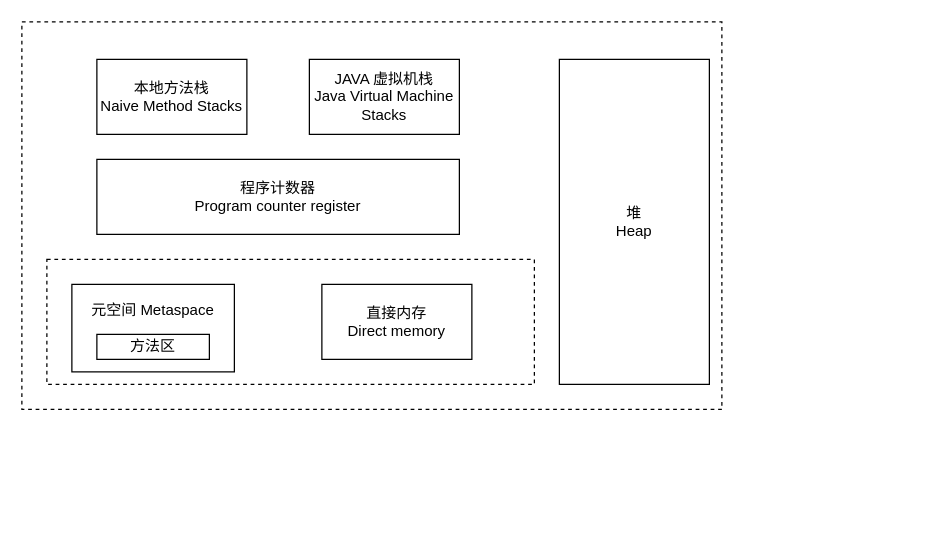
This is JVM内存布局.drawio from ShortPupil/VPicture, a draw.io file, before an edit. Source tidied: cells renumbered, new cells numbered last; positions are measured from the earlier drawing's top-left corner, leaving out a move shared by most shapes. Both pictures are drawn from the tidied source at 125%, with x=0, y=0 at pixel (21, 21).
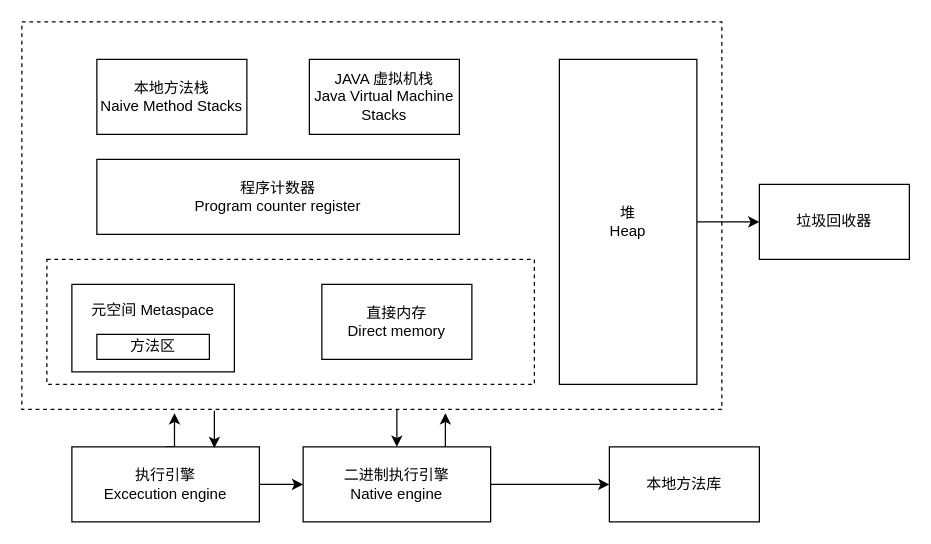
Above is the later version.

The change refers to these unchanged cells:
```xml
<mxCell id="2" style="rounded=0;whiteSpace=wrap;html=1;dashed=1;" parent="1" vertex="1">
  <mxGeometry width="560" height="310" as="geometry" />
</mxCell>
```

Change to the diagram source:
```diff
@@
+    <mxCell id="11" style="edgeStyle=orthogonalEdgeStyle;rounded=0;jettySize=auto;html=1;" parent="1" edge="1" source="2" target="18">
+      <mxGeometry relative="1" as="geometry">
+        <Array as="points">
+          <mxPoint x="300" y="320" />
+          <mxPoint x="300" y="320" />
+        </Array>
+      </mxGeometry>
+    </mxCell>
@@
+    <mxCell id="12" style="edgeStyle=orthogonalEdgeStyle;rounded=0;jettySize=auto;html=1;" parent="1" edge="1" source="10" target="20">
+      <mxGeometry relative="1" as="geometry" />
+    </mxCell>
     <mxCell id="10" value="堆&lt;br&gt;Heap" style="rounded=0;whiteSpace=wrap;html=1;" parent="1" vertex="1">
-      <mxGeometry x="430" y="30" width="120" height="260" as="geometry" />
+      <mxGeometry x="430" y="30" width="110" height="260" as="geometry" />
     </mxCell>
+    <mxCell id="13" style="edgeStyle=orthogonalEdgeStyle;rounded=0;jettySize=auto;html=1;" parent="1" edge="1" source="15" target="18">
+      <mxGeometry relative="1" as="geometry" />
+    </mxCell>
+    <mxCell id="14" style="edgeStyle=orthogonalEdgeStyle;rounded=0;jettySize=auto;html=1;exitX=0.5;exitY=0;exitDx=0;exitDy=0;entryX=0.218;entryY=1.01;entryDx=0;entryDy=0;entryPerimeter=0;" parent="1" edge="1" source="15" target="2">
+      <mxGeometry relative="1" as="geometry" />
+    </mxCell>
+    <mxCell id="15" value="执行引擎&lt;br&gt;Excecution engine" style="rounded=0;whiteSpace=wrap;html=1;" parent="1" vertex="1">
+      <mxGeometry x="40" y="340" width="150" height="60" as="geometry" />
+    </mxCell>
+    <mxCell id="16" style="edgeStyle=orthogonalEdgeStyle;rounded=0;jettySize=auto;html=1;" parent="1" edge="1" source="18" target="19">
+      <mxGeometry relative="1" as="geometry" />
+    </mxCell>
+    <mxCell id="17" style="edgeStyle=orthogonalEdgeStyle;rounded=0;jettySize=auto;html=1;exitX=0.75;exitY=0;exitDx=0;exitDy=0;entryX=0.605;entryY=1.01;entryDx=0;entryDy=0;entryPerimeter=0;" parent="1" edge="1" source="18" target="2">
+      <mxGeometry relative="1" as="geometry" />
+    </mxCell>
+    <mxCell id="18" value="二进制执行引擎&lt;br&gt;Native engine" style="rounded=0;whiteSpace=wrap;html=1;" parent="1" vertex="1">
+      <mxGeometry x="225" y="340" width="150" height="60" as="geometry" />
+    </mxCell>
+    <mxCell id="19" value="本地方法库" style="whiteSpace=wrap;html=1;rounded=0;" parent="1" vertex="1">
+      <mxGeometry x="470" y="340" width="120" height="60" as="geometry" />
+    </mxCell>
+    <mxCell id="20" value="垃圾回收器" style="whiteSpace=wrap;html=1;rounded=0;" parent="1" vertex="1">
+      <mxGeometry x="590" y="130" width="120" height="60" as="geometry" />
+    </mxCell>
+    <mxCell id="21" style="edgeStyle=orthogonalEdgeStyle;rounded=0;orthogonalLoop=1;jettySize=auto;html=1;" parent="1" edge="1">
+      <mxGeometry relative="1" as="geometry">
+        <mxPoint x="154" y="311" as="sourcePoint" />
+        <mxPoint x="154" y="341" as="targetPoint" />
+        <Array as="points">
+          <mxPoint x="154" y="321" />
+          <mxPoint x="154" y="321" />
+        </Array>
+      </mxGeometry>
+    </mxCell>
```
